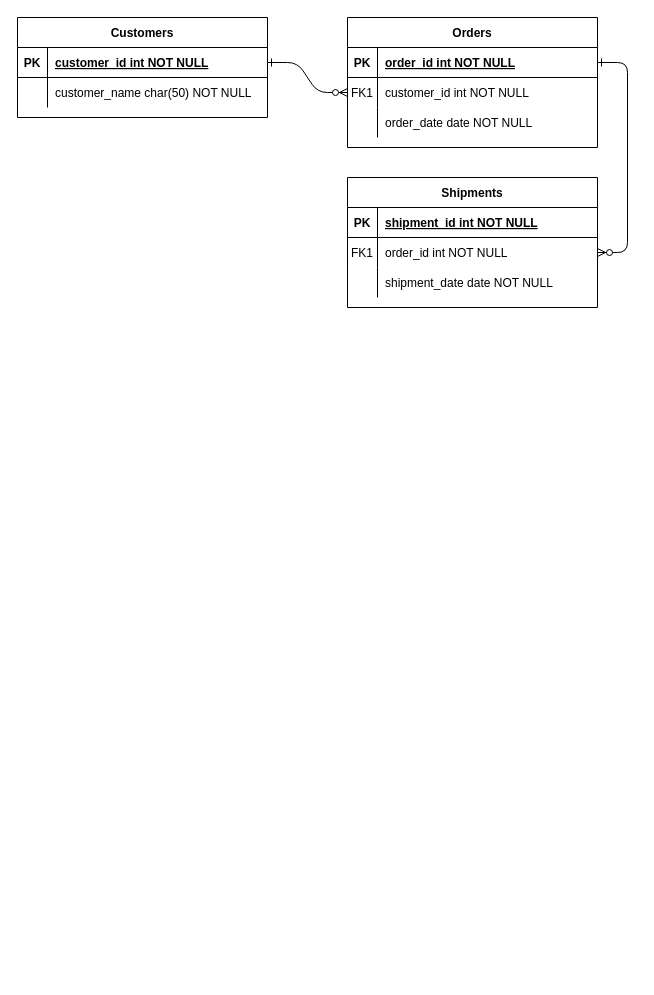
Earlier version of the draw.io diagram 제목 없는 다이어그램.drawio (lcoeda/indi). Source tidied: cells renumbered, new cells numbered last; positions are measured from the earlier drawing's top-left corner, leaving out a move shared by most shapes. Both pictures are drawn from the tidied source at 100%, with x=0, y=0 at pixel (17, 17).
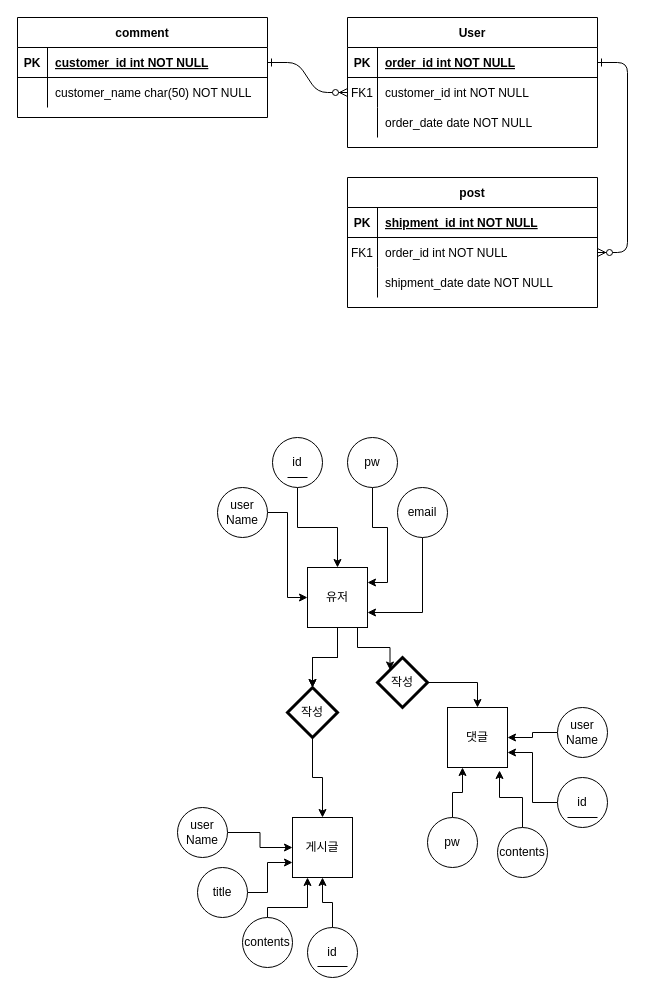
Above is the later version.

What changed in the source:
```diff
@@
-    <mxCell id="4" value="Orders" style="shape=table;startSize=30;childLayout=tableLayout;rowLines=0;fontStyle=1;align=center;" parent="1" vertex="1">
+    <mxCell id="4" value="User" style="shape=table;startSize=30;childLayout=tableLayout;rowLines=0;fontStyle=1;align=center;" parent="1" vertex="1">
       <mxGeometry x="330" width="250" height="130" as="geometry" />
     </mxCell>
@@
-    <mxCell id="14" value="Shipments" style="shape=table;startSize=30;childLayout=tableLayout;rowLines=0;fontStyle=1;align=center;" parent="1" vertex="1">
+    <mxCell id="14" value="post" style="shape=table;startSize=30;childLayout=tableLayout;rowLines=0;fontStyle=1;align=center;" parent="1" vertex="1">
       <mxGeometry x="330" y="160" width="250" height="130" as="geometry" />
     </mxCell>
@@
-    <mxCell id="24" value="Customers" style="shape=table;startSize=30;childLayout=tableLayout;rowLines=0;fontStyle=1;align=center;" parent="1" vertex="1">
+    <mxCell id="24" value="comment" style="shape=table;startSize=30;childLayout=tableLayout;rowLines=0;fontStyle=1;align=center;" parent="1" vertex="1">
       <mxGeometry width="250" height="100" as="geometry" />
     </mxCell>
@@
+    <mxCell id="31" style="edgeStyle=orthogonalEdgeStyle;rounded=0;jettySize=auto;html=1;" parent="1" edge="1" source="34" target="47">
+      <mxGeometry relative="1" as="geometry" />
+    </mxCell>
+    <mxCell id="32" style="edgeStyle=orthogonalEdgeStyle;rounded=0;jettySize=auto;html=1;" parent="1" edge="1" source="34" target="47">
+      <mxGeometry relative="1" as="geometry" />
+    </mxCell>
+    <mxCell id="33" style="edgeStyle=orthogonalEdgeStyle;rounded=0;jettySize=auto;html=1;exitX=1;exitY=1;exitDx=0;exitDy=0;entryX=0;entryY=0;entryDx=0;entryDy=0;" parent="1" edge="1" source="34" target="49">
+      <mxGeometry relative="1" as="geometry">
+        <Array as="points">
+          <mxPoint x="340" y="610" />
+          <mxPoint x="340" y="630" />
+          <mxPoint x="373" y="630" />
+        </Array>
+      </mxGeometry>
+    </mxCell>
+    <mxCell id="34" value="유저" style="whiteSpace=wrap;html=1;" parent="1" vertex="1">
+      <mxGeometry x="290" y="550" width="60" height="60" as="geometry" />
+    </mxCell>
+    <mxCell id="35" value="게시글" style="whiteSpace=wrap;html=1;" parent="1" vertex="1">
+      <mxGeometry x="275" y="800" width="60" height="60" as="geometry" />
+    </mxCell>
+    <mxCell id="36" style="edgeStyle=orthogonalEdgeStyle;rounded=0;jettySize=auto;html=1;entryX=0;entryY=0.5;entryDx=0;entryDy=0;" parent="1" edge="1" source="37" target="34">
+      <mxGeometry relative="1" as="geometry" />
+    </mxCell>
+    <mxCell id="37" value="user&lt;br&gt;Name" style="ellipse;whiteSpace=wrap;html=1;" parent="1" vertex="1">
+      <mxGeometry x="200" y="470" width="50" height="50" as="geometry" />
+    </mxCell>
+    <mxCell id="38" style="edgeStyle=orthogonalEdgeStyle;rounded=0;jettySize=auto;html=1;entryX=1;entryY=0.25;entryDx=0;entryDy=0;" parent="1" edge="1" source="39" target="34">
+      <mxGeometry relative="1" as="geometry" />
+    </mxCell>
+    <mxCell id="39" value="pw" style="ellipse;whiteSpace=wrap;html=1;" parent="1" vertex="1">
+      <mxGeometry x="330" y="420" width="50" height="50" as="geometry" />
+    </mxCell>
+    <mxCell id="40" style="edgeStyle=orthogonalEdgeStyle;rounded=0;jettySize=auto;html=1;entryX=1;entryY=0.75;entryDx=0;entryDy=0;exitX=0.5;exitY=1;exitDx=0;exitDy=0;" parent="1" edge="1" source="41" target="34">
+      <mxGeometry relative="1" as="geometry">
+        <Array as="points">
+          <mxPoint x="405" y="595" />
+        </Array>
+      </mxGeometry>
+    </mxCell>
+    <mxCell id="41" value="email" style="ellipse;whiteSpace=wrap;html=1;" parent="1" vertex="1">
+      <mxGeometry x="380" y="470" width="50" height="50" as="geometry" />
+    </mxCell>
+    <mxCell id="42" value="댓글" style="whiteSpace=wrap;html=1;" parent="1" vertex="1">
+      <mxGeometry x="430" y="690" width="60" height="60" as="geometry" />
+    </mxCell>
+    <mxCell id="43" style="edgeStyle=orthogonalEdgeStyle;rounded=0;jettySize=auto;html=1;" parent="1" edge="1" source="44" target="34">
+      <mxGeometry relative="1" as="geometry" />
+    </mxCell>
+    <mxCell id="44" value="id" style="ellipse;whiteSpace=wrap;html=1;strokeColor=default;gradientColor=none;direction=west;" parent="1" vertex="1">
+      <mxGeometry x="255" y="420" width="50" height="50" as="geometry" />
+    </mxCell>
+    <mxCell id="45" style="endArrow=none;html=1;rounded=0;" parent="1" edge="1">
+      <mxGeometry relative="1" as="geometry">
+        <mxPoint x="270" y="460" as="sourcePoint" />
+        <mxPoint x="290" y="460" as="targetPoint" />
+      </mxGeometry>
+    </mxCell>
+    <mxCell id="46" style="edgeStyle=orthogonalEdgeStyle;rounded=0;jettySize=auto;html=1;" parent="1" edge="1" source="47" target="35">
+      <mxGeometry relative="1" as="geometry" />
+    </mxCell>
+    <mxCell id="47" value="작성" style="rhombus;whiteSpace=wrap;html=1;strokeColor=default;strokeWidth=3;gradientColor=none;" parent="1" vertex="1">
+      <mxGeometry x="270" y="670" width="50" height="50" as="geometry" />
+    </mxCell>
+    <mxCell id="48" style="edgeStyle=orthogonalEdgeStyle;rounded=0;jettySize=auto;html=1;entryX=0.5;entryY=0;entryDx=0;entryDy=0;" parent="1" edge="1" source="49" target="42">
+      <mxGeometry relative="1" as="geometry">
+        <Array as="points">
+          <mxPoint x="460" y="665" />
+        </Array>
+      </mxGeometry>
+    </mxCell>
+    <mxCell id="49" value="작성" style="rhombus;whiteSpace=wrap;html=1;strokeColor=default;strokeWidth=3;gradientColor=none;" parent="1" vertex="1">
+      <mxGeometry x="360" y="640" width="50" height="50" as="geometry" />
+    </mxCell>
+    <mxCell id="50" style="edgeStyle=orthogonalEdgeStyle;rounded=0;jettySize=auto;html=1;" parent="1" edge="1" source="51" target="42">
+      <mxGeometry relative="1" as="geometry" />
+    </mxCell>
+    <mxCell id="51" value="user&lt;br&gt;Name" style="ellipse;whiteSpace=wrap;html=1;" parent="1" vertex="1">
+      <mxGeometry x="540" y="690" width="50" height="50" as="geometry" />
+    </mxCell>
+    <mxCell id="52" style="edgeStyle=orthogonalEdgeStyle;rounded=0;jettySize=auto;html=1;entryX=0.25;entryY=1;entryDx=0;entryDy=0;" parent="1" edge="1" source="53" target="42">
+      <mxGeometry relative="1" as="geometry" />
+    </mxCell>
+    <mxCell id="53" value="pw" style="ellipse;whiteSpace=wrap;html=1;" parent="1" vertex="1">
+      <mxGeometry x="410" y="800" width="50" height="50" as="geometry" />
+    </mxCell>
+    <mxCell id="54" style="edgeStyle=orthogonalEdgeStyle;rounded=0;jettySize=auto;html=1;" parent="1" edge="1" source="55" target="35">
+      <mxGeometry relative="1" as="geometry" />
+    </mxCell>
+    <mxCell id="55" value="user&lt;br&gt;Name" style="ellipse;whiteSpace=wrap;html=1;" parent="1" vertex="1">
+      <mxGeometry x="160" y="790" width="50" height="50" as="geometry" />
+    </mxCell>
+    <mxCell id="56" style="edgeStyle=orthogonalEdgeStyle;rounded=0;jettySize=auto;html=1;entryX=0.867;entryY=1.05;entryDx=0;entryDy=0;entryPerimeter=0;" parent="1" edge="1" source="57" target="42">
+      <mxGeometry relative="1" as="geometry">
+        <Array as="points">
+          <mxPoint x="505" y="780" />
+          <mxPoint x="482" y="780" />
+        </Array>
+      </mxGeometry>
+    </mxCell>
+    <mxCell id="57" value="contents" style="ellipse;whiteSpace=wrap;html=1;" parent="1" vertex="1">
+      <mxGeometry x="480" y="810" width="50" height="50" as="geometry" />
+    </mxCell>
+    <mxCell id="58" style="edgeStyle=orthogonalEdgeStyle;rounded=0;jettySize=auto;html=1;entryX=0.25;entryY=1;entryDx=0;entryDy=0;" parent="1" edge="1" source="59" target="35">
+      <mxGeometry relative="1" as="geometry">
+        <Array as="points">
+          <mxPoint x="250" y="890" />
+          <mxPoint x="290" y="890" />
+        </Array>
+      </mxGeometry>
+    </mxCell>
+    <mxCell id="59" value="contents" style="ellipse;whiteSpace=wrap;html=1;" parent="1" vertex="1">
+      <mxGeometry x="225" y="900" width="50" height="50" as="geometry" />
+    </mxCell>
+    <mxCell id="60" style="edgeStyle=orthogonalEdgeStyle;rounded=0;jettySize=auto;html=1;entryX=0;entryY=0.75;entryDx=0;entryDy=0;" parent="1" edge="1" source="61" target="35">
+      <mxGeometry relative="1" as="geometry">
+        <Array as="points">
+          <mxPoint x="250" y="875" />
+          <mxPoint x="250" y="845" />
+        </Array>
+      </mxGeometry>
+    </mxCell>
+    <mxCell id="61" value="title" style="ellipse;whiteSpace=wrap;html=1;strokeColor=default;gradientColor=none;direction=west;" parent="1" vertex="1">
+      <mxGeometry x="180" y="850" width="50" height="50" as="geometry" />
+    </mxCell>
+    <mxCell id="62" style="edgeStyle=orthogonalEdgeStyle;rounded=0;jettySize=auto;html=1;entryX=1;entryY=0.75;entryDx=0;entryDy=0;" parent="1" edge="1" source="63" target="42">
+      <mxGeometry relative="1" as="geometry" />
+    </mxCell>
+    <mxCell id="63" value="id" style="ellipse;whiteSpace=wrap;html=1;strokeColor=default;gradientColor=none;direction=west;" parent="1" vertex="1">
+      <mxGeometry x="540" y="760" width="50" height="50" as="geometry" />
+    </mxCell>
+    <mxCell id="64" style="edgeStyle=orthogonalEdgeStyle;rounded=0;jettySize=auto;html=1;" parent="1" edge="1" source="65" target="35">
+      <mxGeometry relative="1" as="geometry" />
+    </mxCell>
+    <mxCell id="65" value="id" style="ellipse;whiteSpace=wrap;html=1;strokeColor=default;gradientColor=none;direction=west;" parent="1" vertex="1">
+      <mxGeometry x="290" y="910" width="50" height="50" as="geometry" />
+    </mxCell>
+    <mxCell id="66" style="endArrow=none;html=1;rounded=0;" parent="1" edge="1">
+      <mxGeometry relative="1" as="geometry">
+        <mxPoint x="550" y="800" as="sourcePoint" />
+        <mxPoint x="580" y="800" as="targetPoint" />
+        <Array as="points">
+          <mxPoint x="580" y="800" />
+        </Array>
+      </mxGeometry>
+    </mxCell>
+    <mxCell id="67" style="endArrow=none;html=1;rounded=0;" parent="1" edge="1">
+      <mxGeometry relative="1" as="geometry">
+        <mxPoint x="300" y="949" as="sourcePoint" />
+        <mxPoint x="330" y="949" as="targetPoint" />
+      </mxGeometry>
+    </mxCell>
```
